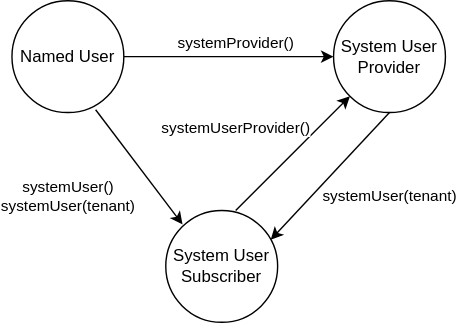
The draw.io diagram java/assets/requestcontext.drawio.svg in cap-js/docs, before a commit. Source tidied: cells renumbered, new cells last; positions are measured from the earlier drawing's top-left corner, leaving out a move shared by most shapes. The source it was exported from:
```xml
<mxGraphModel>
  <root>
    <mxCell id="0" />
    <mxCell id="1" parent="0" />
    <mxCell id="2" value="Named User" style="ellipse;whiteSpace=wrap;html=1;" parent="1" vertex="1">
      <mxGeometry width="80" height="80" as="geometry" />
    </mxCell>
    <mxCell id="3" value="System User&lt;br&gt;Provider" style="ellipse;whiteSpace=wrap;html=1;" parent="1" vertex="1">
      <mxGeometry x="230" width="80" height="80" as="geometry" />
    </mxCell>
    <mxCell id="4" value="System User Subscriber" style="ellipse;whiteSpace=wrap;html=1;" parent="1" vertex="1">
      <mxGeometry x="110" y="150" width="80" height="80" as="geometry" />
    </mxCell>
    <mxCell id="5" value="systemProvider()" style="endArrow=classic;html=1;rounded=0;entryX=0;entryY=0.5;entryDx=0;entryDy=0;" parent="1" edge="1" target="3">
      <mxGeometry x="0.07" y="10" relative="1" as="geometry">
        <mxPoint x="80" y="40" as="sourcePoint" />
      </mxGeometry>
    </mxCell>
    <mxCell id="6" value="systemUserProvider()" style="endArrow=classic;html=1;rounded=0;entryX=0;entryY=1;entryDx=0;entryDy=0;" parent="1" edge="1" target="3">
      <mxGeometry x="-0.27" y="42" relative="1" as="geometry">
        <mxPoint x="160" y="150" as="sourcePoint" />
      </mxGeometry>
    </mxCell>
    <mxCell id="7" value="systemUser(tenant)" style="endArrow=classic;html=1;rounded=0;entryX=0.938;entryY=0.263;entryDx=0;entryDy=0;entryPerimeter=0;exitX=0.5;exitY=1;exitDx=0;exitDy=0;" parent="1" edge="1" source="3" target="4">
      <mxGeometry x="-0.3" y="41" relative="1" as="geometry" />
    </mxCell>
    <mxCell id="8" value="systemUser()&lt;br&gt;systemUser(tenant)" style="endArrow=classic;html=1;rounded=0;exitX=0.723;exitY=0.975;exitDx=0;exitDy=0;exitPerimeter=0;" parent="1" edge="1">
      <mxGeometry x="-0.27" y="-53" relative="1" as="geometry">
        <mxPoint x="59.8" y="78" as="sourcePoint" />
        <mxPoint x="122" y="160" as="targetPoint" />
      </mxGeometry>
    </mxCell>
  </root>
</mxGraphModel>
```
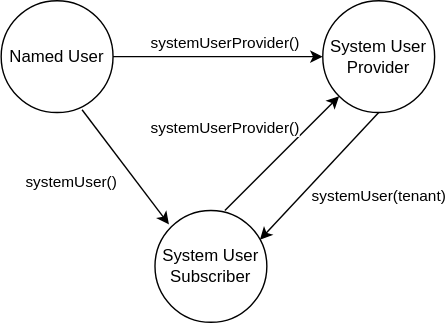
The same diagram one commit later.

What changed in the source:
```diff
@@ -11,7 +11,7 @@
     <mxCell id="4" value="System User Subscriber" style="ellipse;whiteSpace=wrap;html=1;" parent="1" vertex="1">
       <mxGeometry x="110" y="150" width="80" height="80" as="geometry" />
     </mxCell>
-    <mxCell id="5" value="systemProvider()" style="endArrow=classic;html=1;rounded=0;entryX=0;entryY=0.5;entryDx=0;entryDy=0;" parent="1" edge="1" target="3">
+    <mxCell id="5" value="systemUserProvider()" style="endArrow=classic;html=1;rounded=0;entryX=0;entryY=0.5;entryDx=0;entryDy=0;" parent="1" edge="1" target="3">
       <mxGeometry x="0.07" y="10" relative="1" as="geometry">
         <mxPoint x="80" y="40" as="sourcePoint" />
       </mxGeometry>
@@ -24,10 +24,9 @@
     <mxCell id="7" value="systemUser(tenant)" style="endArrow=classic;html=1;rounded=0;entryX=0.938;entryY=0.263;entryDx=0;entryDy=0;entryPerimeter=0;exitX=0.5;exitY=1;exitDx=0;exitDy=0;" parent="1" edge="1" source="3" target="4">
       <mxGeometry x="-0.3" y="41" relative="1" as="geometry" />
     </mxCell>
-    <mxCell id="8" value="systemUser()&lt;br&gt;systemUser(tenant)" style="endArrow=classic;html=1;rounded=0;exitX=0.723;exitY=0.975;exitDx=0;exitDy=0;exitPerimeter=0;" parent="1" edge="1">
-      <mxGeometry x="-0.27" y="-53" relative="1" as="geometry">
-        <mxPoint x="59.8" y="78" as="sourcePoint" />
-        <mxPoint x="122" y="160" as="targetPoint" />
+    <mxCell id="8" value="systemUser()" style="endArrow=classic;html=1;rounded=0;exitX=0.723;exitY=0.975;exitDx=0;exitDy=0;exitPerimeter=0;" parent="1" edge="1" source="2">
+      <mxGeometry x="-0.29" y="-38" relative="1" as="geometry">
+        <mxPoint x="120" y="160" as="targetPoint" />
       </mxGeometry>
     </mxCell>
   </root>
```
